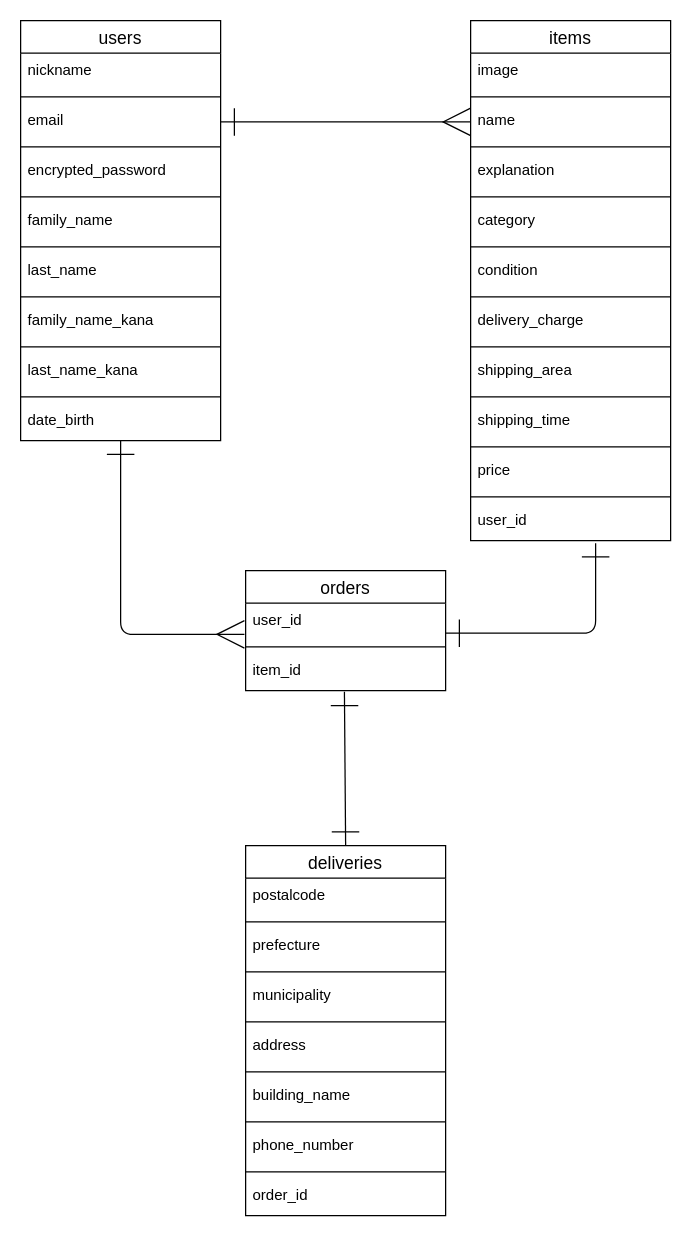
The draw.io diagram furima.dio in chibicatt2/furima-39125, before the edit. Source tidied: cells renumbered, new cells numbered last; positions are measured from the earlier drawing's top-left corner, leaving out a move shared by most shapes. Both pictures are drawn from the tidied source at 125%, with x=0, y=0 at pixel (20, 20).
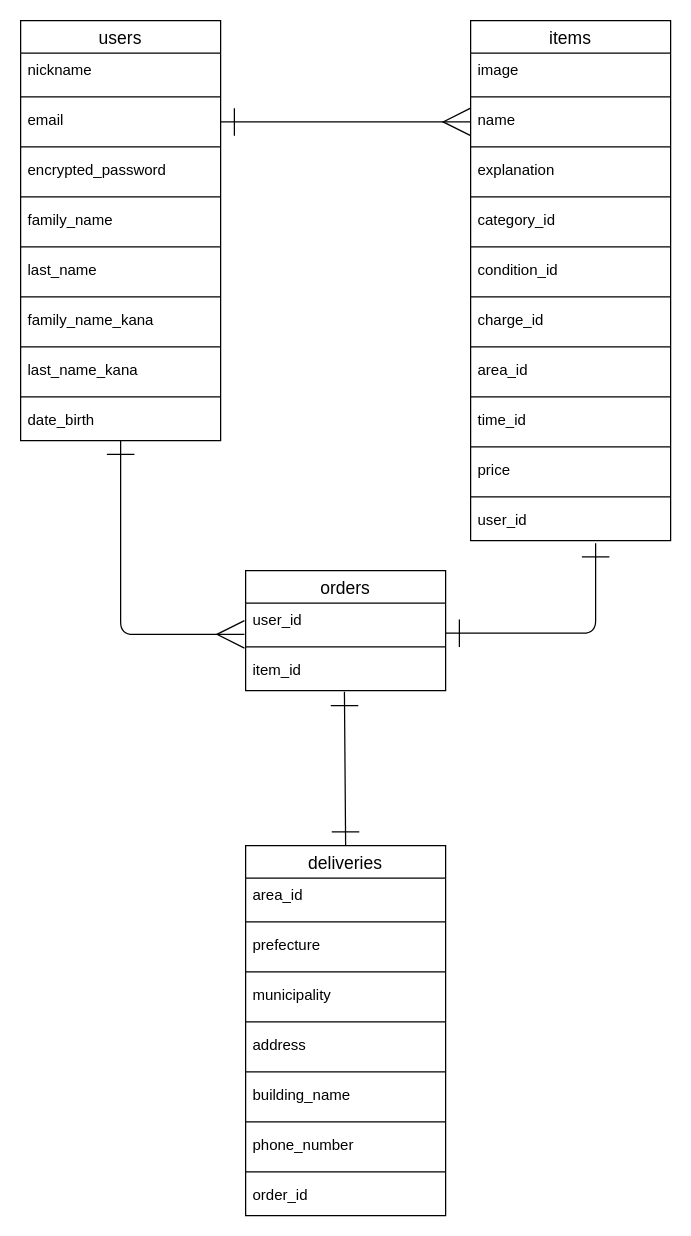
Above is the later version.

Unchanged cells that the change refers to:
```xml
<mxCell id="2" value="items" style="swimlane;fontStyle=0;horizontal=1;startSize=26;align=center;fontSize=14;" parent="1" vertex="1">
  <mxGeometry x="360" width="160" height="416" as="geometry" />
</mxCell>
<mxCell id="46" value="deliveries" style="swimlane;fontStyle=0;horizontal=1;startSize=26;align=center;fontSize=14;" parent="1" vertex="1">
  <mxGeometry x="180" y="660" width="160" height="296" as="geometry" />
</mxCell>
```

What changed in the source:
```diff
@@
-    <mxCell id="9" value="category" style="text;strokeColor=none;fillColor=none;spacingLeft=4;spacingRight=4;overflow=hidden;fontSize=12;" parent="2" vertex="1">
+    <mxCell id="9" value="category_id" style="text;strokeColor=none;fillColor=none;spacingLeft=4;spacingRight=4;overflow=hidden;fontSize=12;" parent="2" vertex="1">
       <mxGeometry y="146" width="160" height="30" as="geometry" />
     </mxCell>
@@
-    <mxCell id="11" value="condition" style="text;strokeColor=none;fillColor=none;spacingLeft=4;spacingRight=4;overflow=hidden;fontSize=12;" parent="2" vertex="1">
+    <mxCell id="11" value="condition_id" style="text;strokeColor=none;fillColor=none;spacingLeft=4;spacingRight=4;overflow=hidden;fontSize=12;" parent="2" vertex="1">
       <mxGeometry y="186" width="160" height="30" as="geometry" />
     </mxCell>
@@
-    <mxCell id="13" value="delivery_charge" style="text;strokeColor=none;fillColor=none;spacingLeft=4;spacingRight=4;overflow=hidden;fontSize=12;" parent="2" vertex="1">
+    <mxCell id="13" value="charge_id" style="text;strokeColor=none;fillColor=none;spacingLeft=4;spacingRight=4;overflow=hidden;fontSize=12;" parent="2" vertex="1">
       <mxGeometry y="226" width="160" height="30" as="geometry" />
     </mxCell>
@@
-    <mxCell id="15" value="shipping_area" style="text;strokeColor=none;fillColor=none;spacingLeft=4;spacingRight=4;overflow=hidden;fontSize=12;" parent="2" vertex="1">
+    <mxCell id="15" value="area_id" style="text;strokeColor=none;fillColor=none;spacingLeft=4;spacingRight=4;overflow=hidden;fontSize=12;" parent="2" vertex="1">
       <mxGeometry y="266" width="160" height="30" as="geometry" />
     </mxCell>
@@
-    <mxCell id="17" value="shipping_time" style="text;strokeColor=none;fillColor=none;spacingLeft=4;spacingRight=4;overflow=hidden;fontSize=12;" parent="2" vertex="1">
+    <mxCell id="17" value="time_id" style="text;strokeColor=none;fillColor=none;spacingLeft=4;spacingRight=4;overflow=hidden;fontSize=12;" parent="2" vertex="1">
       <mxGeometry y="306" width="160" height="30" as="geometry" />
     </mxCell>
@@
-    <mxCell id="47" value="postalcode" style="text;strokeColor=none;fillColor=none;spacingLeft=4;spacingRight=4;overflow=hidden;fontSize=12;" parent="46" vertex="1">
+    <mxCell id="47" value="area_id" style="text;strokeColor=none;fillColor=none;spacingLeft=4;spacingRight=4;overflow=hidden;fontSize=12;" parent="46" vertex="1">
       <mxGeometry y="26" width="160" height="30" as="geometry" />
     </mxCell>
```
